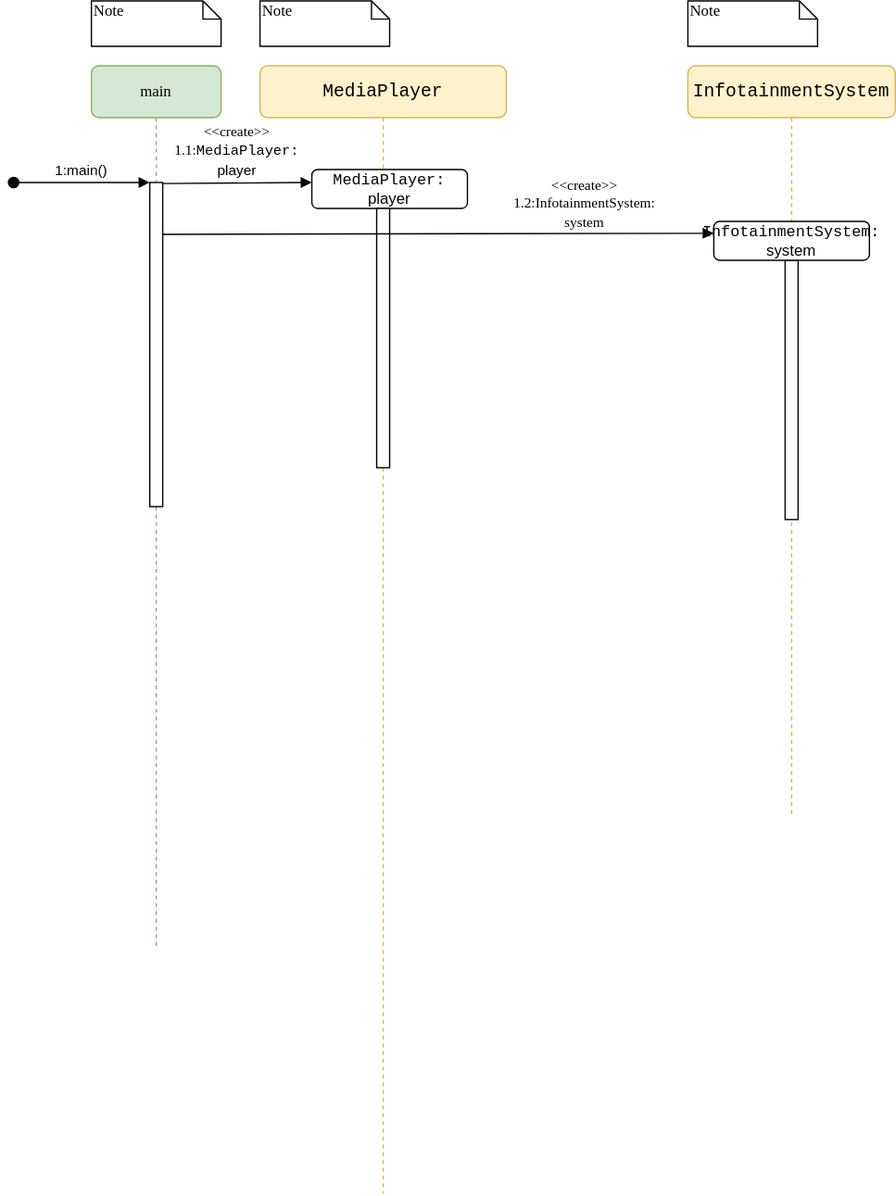
Before: exercises/exercise2/diagram.drawio.svg, a diagram exported from draw.io (iwakawa0510/UML_Practice). Source tidied: cells renumbered, new cells last; positions are measured from the earlier drawing's top-left corner, leaving out a move shared by most shapes.
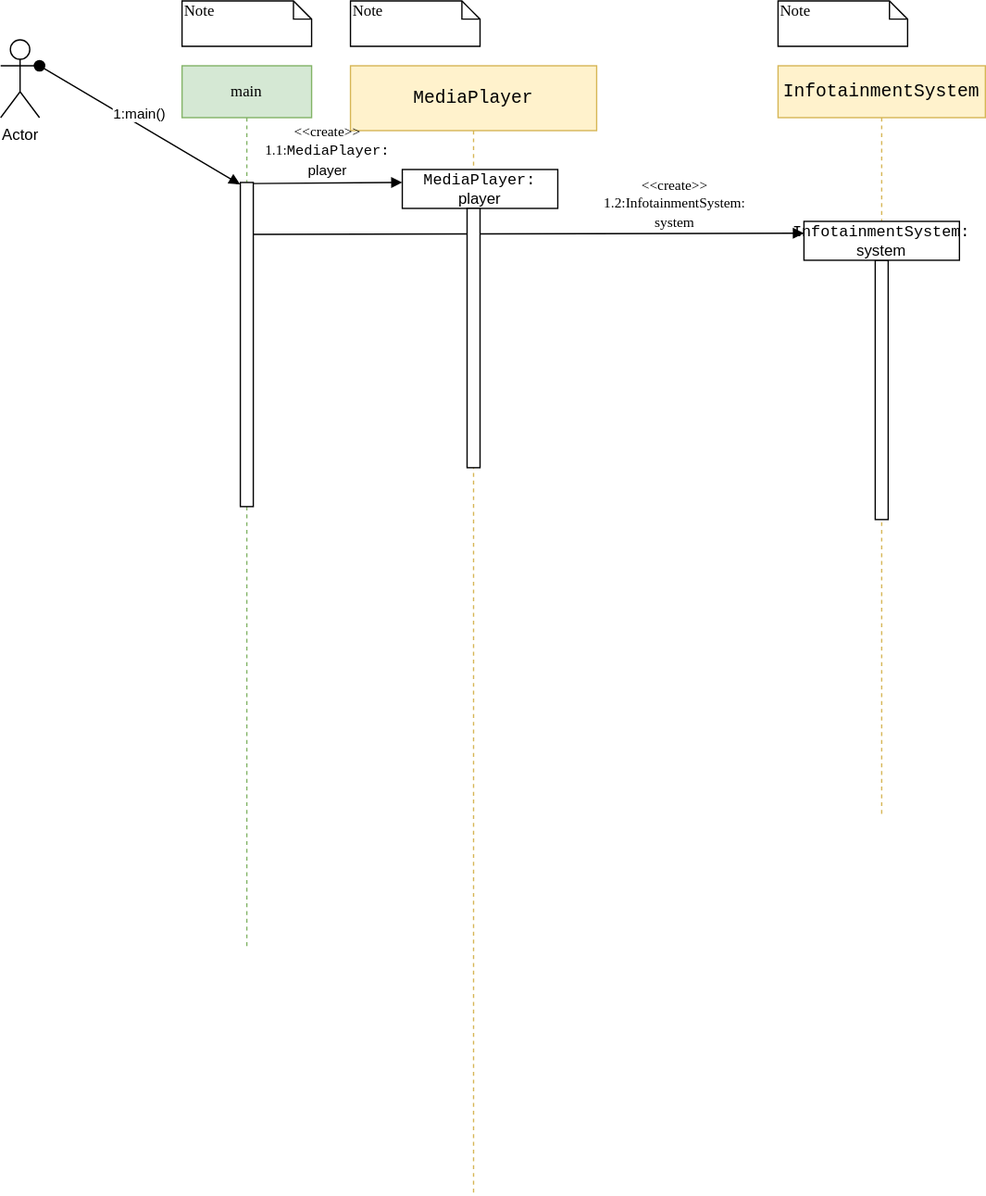
The same diagram one commit later.

Commit message:
diagram.drawio.svg を更新します

The edit, as a diff of the source:
```diff
@@ -2,25 +2,19 @@
   <root>
     <mxCell id="0" />
     <mxCell id="1" parent="0" />
-    <mxCell id="2" value="&lt;div style=&quot;line-height: 19px;&quot;&gt;&lt;div style=&quot;font-family: Consolas, &amp;quot;Courier New&amp;quot;, monospace; font-size: 14px; line-height: 19px; white-space: pre;&quot;&gt;MediaPlayer&lt;/div&gt;&lt;/div&gt;" style="shape=umlLifeline;perimeter=lifelinePerimeter;whiteSpace=wrap;html=1;rounded=1;shadow=0;comic=0;labelBackgroundColor=none;strokeWidth=1;fontFamily=Verdana;fontSize=12;align=center;fillColor=#fff2cc;strokeColor=#d6b656;" parent="1" vertex="1">
+    <mxCell id="2" value="&lt;div style=&quot;line-height: 19px;&quot;&gt;&lt;div style=&quot;font-family: Consolas, &amp;quot;Courier New&amp;quot;, monospace; font-size: 14px; line-height: 19px; white-space: pre;&quot;&gt;MediaPlayer&lt;/div&gt;&lt;/div&gt;" style="shape=umlLifeline;perimeter=lifelinePerimeter;whiteSpace=wrap;html=1;rounded=0;shadow=0;comic=0;labelBackgroundColor=none;strokeWidth=1;fontFamily=Verdana;fontSize=12;align=center;fillColor=#fff2cc;strokeColor=#d6b656;size=50;" parent="1" vertex="1">
       <mxGeometry x="190" y="50" width="190" height="870" as="geometry" />
     </mxCell>
-    <mxCell id="3" value="&lt;span style=&quot;font-family: Consolas, &amp;quot;Courier New&amp;quot;, monospace; white-space: pre;&quot;&gt;&lt;font&gt;MediaPlayer:&lt;/font&gt;&lt;/span&gt;&lt;div&gt;player&lt;/div&gt;" style="rounded=1;whiteSpace=wrap;html=1;" parent="2" vertex="1">
-      <mxGeometry x="40" y="80" width="120" height="30" as="geometry" />
-    </mxCell>
-    <mxCell id="4" style="html=1;perimeter=orthogonalPerimeter;rounded=0;shadow=0;comic=0;labelBackgroundColor=none;strokeWidth=1;fontFamily=Verdana;fontSize=12;align=center;" parent="2" vertex="1">
-      <mxGeometry x="90" y="110" width="10" height="200" as="geometry" />
-    </mxCell>
-    <mxCell id="5" value="&lt;div style=&quot;font-family: Consolas, &amp;quot;Courier New&amp;quot;, monospace; font-size: 14px; line-height: 19px; white-space: pre;&quot;&gt;InfotainmentSystem&lt;/div&gt;" style="shape=umlLifeline;perimeter=lifelinePerimeter;whiteSpace=wrap;html=1;rounded=1;shadow=0;comic=0;labelBackgroundColor=none;strokeWidth=1;fontFamily=Verdana;fontSize=12;align=center;fillColor=#fff2cc;strokeColor=#d6b656;" parent="1" vertex="1">
+    <mxCell id="5" value="&lt;div style=&quot;font-family: Consolas, &amp;quot;Courier New&amp;quot;, monospace; font-size: 14px; line-height: 19px; white-space: pre;&quot;&gt;InfotainmentSystem&lt;/div&gt;" style="shape=umlLifeline;perimeter=lifelinePerimeter;whiteSpace=wrap;html=1;rounded=0;shadow=0;comic=0;labelBackgroundColor=none;strokeWidth=1;fontFamily=Verdana;fontSize=12;align=center;fillColor=#fff2cc;strokeColor=#d6b656;" parent="1" vertex="1">
       <mxGeometry x="520" y="50" width="160" height="580" as="geometry" />
     </mxCell>
     <mxCell id="6" style="html=1;perimeter=orthogonalPerimeter;rounded=0;shadow=0;comic=0;labelBackgroundColor=none;strokeWidth=1;fontFamily=Verdana;fontSize=12;align=center;" parent="5" vertex="1">
       <mxGeometry x="75" y="150" width="10" height="200" as="geometry" />
     </mxCell>
-    <mxCell id="7" value="&lt;span style=&quot;font-family: Consolas, &amp;quot;Courier New&amp;quot;, monospace; white-space: pre;&quot;&gt;&lt;font&gt;InfotainmentSystem:&lt;/font&gt;&lt;/span&gt;&lt;div&gt;system&lt;/div&gt;" style="rounded=1;whiteSpace=wrap;html=1;" parent="5" vertex="1">
+    <mxCell id="7" value="&lt;span style=&quot;font-family: Consolas, &amp;quot;Courier New&amp;quot;, monospace; white-space: pre;&quot;&gt;&lt;font&gt;InfotainmentSystem:&lt;/font&gt;&lt;/span&gt;&lt;div&gt;system&lt;/div&gt;" style="rounded=0;whiteSpace=wrap;html=1;" parent="5" vertex="1">
       <mxGeometry x="20" y="120" width="120" height="30" as="geometry" />
     </mxCell>
-    <mxCell id="8" value="main" style="shape=umlLifeline;perimeter=lifelinePerimeter;whiteSpace=wrap;html=1;rounded=1;shadow=0;comic=0;labelBackgroundColor=none;strokeWidth=1;fontFamily=Verdana;fontSize=12;align=center;fillColor=#d5e8d4;strokeColor=#82b366;" parent="1" vertex="1">
+    <mxCell id="8" value="main" style="shape=umlLifeline;perimeter=lifelinePerimeter;whiteSpace=wrap;html=1;rounded=0;shadow=0;comic=0;labelBackgroundColor=none;strokeWidth=1;fontFamily=Verdana;fontSize=12;align=center;fillColor=#d5e8d4;strokeColor=#82b366;" parent="1" vertex="1">
       <mxGeometry x="60" y="50" width="100" height="680" as="geometry" />
     </mxCell>
     <mxCell id="9" style="html=1;points=[];perimeter=orthogonalPerimeter;rounded=0;shadow=0;comic=0;labelBackgroundColor=none;strokeWidth=1;fontFamily=Verdana;fontSize=12;align=center;" parent="8" vertex="1">
@@ -36,12 +30,6 @@
         </Array>
       </mxGeometry>
     </mxCell>
-    <mxCell id="11" value="1:main()" style="html=1;verticalAlign=bottom;startArrow=oval;startFill=1;endArrow=block;startSize=8;curved=0;rounded=0;" parent="8" edge="1">
-      <mxGeometry relative="1" as="geometry">
-        <mxPoint x="-60" y="90" as="sourcePoint" />
-        <mxPoint x="45" y="90" as="targetPoint" />
-      </mxGeometry>
-    </mxCell>
     <mxCell id="12" value="Note" style="shape=note;whiteSpace=wrap;html=1;size=14;verticalAlign=top;align=left;spacingTop=-6;rounded=0;shadow=0;comic=0;labelBackgroundColor=none;strokeWidth=1;fontFamily=Verdana;fontSize=12;" parent="1" vertex="1">
       <mxGeometry x="60" width="100" height="35" as="geometry" />
     </mxCell>
@@ -61,5 +49,17 @@
         </Array>
       </mxGeometry>
     </mxCell>
+    <mxCell id="3" value="&lt;span style=&quot;font-family: Consolas, &amp;quot;Courier New&amp;quot;, monospace; white-space: pre;&quot;&gt;&lt;font&gt;MediaPlayer:&lt;/font&gt;&lt;/span&gt;&lt;div&gt;player&lt;/div&gt;" style="rounded=0;whiteSpace=wrap;html=1;" parent="1" vertex="1">
+      <mxGeometry x="230" y="130" width="120" height="30" as="geometry" />
+    </mxCell>
+    <mxCell id="4" style="html=1;perimeter=orthogonalPerimeter;rounded=0;shadow=0;comic=0;labelBackgroundColor=none;strokeWidth=1;fontFamily=Verdana;fontSize=12;align=center;" parent="1" vertex="1">
+      <mxGeometry x="280" y="160" width="10" height="200" as="geometry" />
+    </mxCell>
+    <mxCell id="16" value="Actor" style="shape=umlActor;verticalLabelPosition=bottom;verticalAlign=top;html=1;" parent="1" vertex="1">
+      <mxGeometry x="-80" y="30" width="30" height="60" as="geometry" />
+    </mxCell>
+    <mxCell id="11" value="1:main()" style="html=1;verticalAlign=bottom;startArrow=oval;startFill=1;endArrow=block;startSize=8;curved=0;rounded=0;exitX=1;exitY=0.3333333333333333;exitDx=0;exitDy=0;exitPerimeter=0;entryX=-0.021;entryY=0.006;entryDx=0;entryDy=0;entryPerimeter=0;" parent="1" edge="1" source="16" target="9">
+      <mxGeometry relative="1" as="geometry" />
+    </mxCell>
   </root>
 </mxGraphModel>
```
